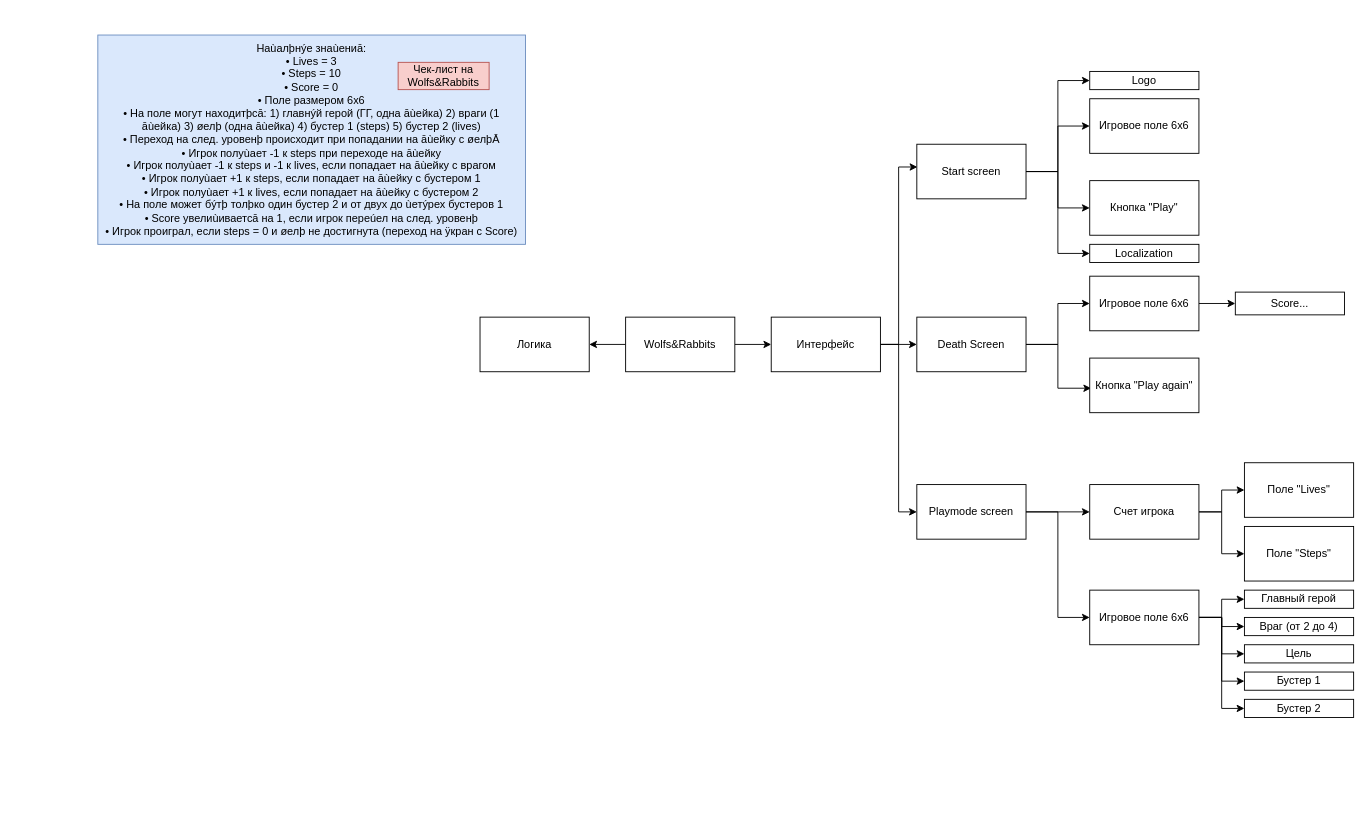
The draw.io diagram First_Otus_Diagram.drawio in NatPopstar/Otus, before the edit. Source tidied: cells renumbered, new cells numbered last; positions are measured from the earlier drawing's top-left corner, leaving out a move shared by most shapes. Both pictures are drawn from the tidied source at 91%, with x=0, y=0 at pixel (97, 35).
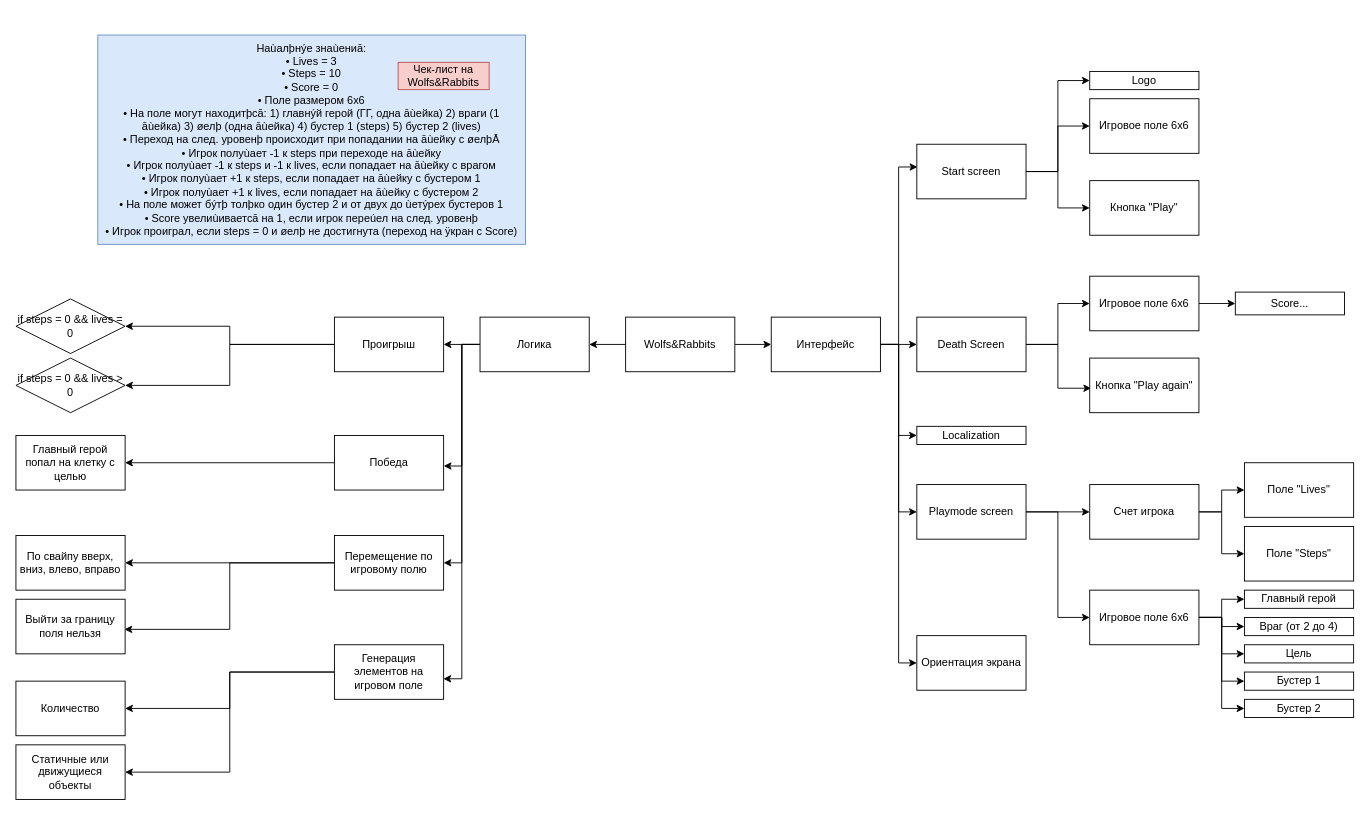
The same diagram, later.

Unchanged cells that the change refers to:
```xml
<mxCell id="7" value="Логика" style="rounded=0;whiteSpace=wrap;html=1;" parent="1" vertex="1">
  <mxGeometry x="420" y="310" width="120" height="60" as="geometry" />
</mxCell>
<mxCell id="11" value="Интерфейс" style="rounded=0;whiteSpace=wrap;html=1;" parent="1" vertex="1">
  <mxGeometry x="740" y="310" width="120" height="60" as="geometry" />
</mxCell>
<mxCell id="16" value="Start screen" style="rounded=0;whiteSpace=wrap;html=1;" parent="1" vertex="1">
  <mxGeometry x="900" y="120" width="120" height="60" as="geometry" />
</mxCell>
```

The edit, as a diff of the source:
```diff
@@
+    <mxCell id="47" style="edgeStyle=orthogonalEdgeStyle;rounded=0;jettySize=auto;html=1;exitX=0;exitY=0.5;exitDx=0;exitDy=0;entryX=1;entryY=0.5;entryDx=0;entryDy=0;" parent="1" edge="1" source="7" target="55">
+      <mxGeometry relative="1" as="geometry" />
+    </mxCell>
+    <mxCell id="48" style="edgeStyle=orthogonalEdgeStyle;rounded=0;jettySize=auto;html=1;exitX=0;exitY=0.5;exitDx=0;exitDy=0;entryX=1.001;entryY=0.56;entryDx=0;entryDy=0;entryPerimeter=0;" parent="1" edge="1" source="7" target="59">
+      <mxGeometry relative="1" as="geometry" />
+    </mxCell>
+    <mxCell id="49" style="edgeStyle=orthogonalEdgeStyle;rounded=0;jettySize=auto;html=1;exitX=0;exitY=0.5;exitDx=0;exitDy=0;entryX=1;entryY=0.5;entryDx=0;entryDy=0;" parent="1" edge="1" source="7" target="63">
+      <mxGeometry relative="1" as="geometry" />
+    </mxCell>
+    <mxCell id="50" style="edgeStyle=orthogonalEdgeStyle;rounded=0;jettySize=auto;html=1;exitX=0;exitY=0.5;exitDx=0;exitDy=0;entryX=0.998;entryY=0.624;entryDx=0;entryDy=0;entryPerimeter=0;" parent="1" edge="1" source="7" target="68">
+      <mxGeometry relative="1" as="geometry" />
+    </mxCell>
@@
+    <mxCell id="51" style="edgeStyle=orthogonalEdgeStyle;rounded=0;jettySize=auto;html=1;exitX=1;exitY=0.5;exitDx=0;exitDy=0;entryX=0;entryY=0.5;entryDx=0;entryDy=0;" parent="1" edge="1" source="11" target="37">
+      <mxGeometry relative="1" as="geometry" />
+    </mxCell>
+    <mxCell id="52" style="edgeStyle=orthogonalEdgeStyle;rounded=0;jettySize=auto;html=1;exitX=1;exitY=0.5;exitDx=0;exitDy=0;entryX=0;entryY=0.5;entryDx=0;entryDy=0;" parent="1" edge="1" source="11" target="69">
+      <mxGeometry relative="1" as="geometry" />
+    </mxCell>
@@
-    <mxCell id="15" style="edgeStyle=orthogonalEdgeStyle;rounded=0;jettySize=auto;html=1;exitX=1;exitY=0.5;exitDx=0;exitDy=0;entryX=0;entryY=0.5;entryDx=0;entryDy=0;" parent="1" edge="1" source="16" target="37">
-      <mxGeometry relative="1" as="geometry" />
-    </mxCell>
@@
-    <mxCell id="37" value="Localization" style="rounded=0;whiteSpace=wrap;html=1;" parent="1" vertex="1">
-      <mxGeometry x="1090" y="230" width="120" height="20" as="geometry" />
-    </mxCell>
@@
+    <mxCell id="53" style="edgeStyle=orthogonalEdgeStyle;rounded=0;jettySize=auto;html=1;exitX=0;exitY=0.5;exitDx=0;exitDy=0;" parent="1" edge="1" source="55" target="56">
+      <mxGeometry relative="1" as="geometry" />
+    </mxCell>
+    <mxCell id="54" style="edgeStyle=orthogonalEdgeStyle;rounded=0;jettySize=auto;html=1;exitX=0;exitY=0.5;exitDx=0;exitDy=0;entryX=1;entryY=0.5;entryDx=0;entryDy=0;" parent="1" edge="1" source="55" target="57">
+      <mxGeometry x="-0.35" y="20" relative="1" as="geometry" />
+    </mxCell>
+    <mxCell id="55" value="Проигрыш" style="rounded=0;whiteSpace=wrap;html=1;" parent="1" vertex="1">
+      <mxGeometry x="260" y="310" width="120" height="60" as="geometry" />
+    </mxCell>
+    <mxCell id="56" value="if steps = 0 &amp;amp;&amp;amp; lives = 0" style="rhombus;whiteSpace=wrap;html=1;" parent="1" vertex="1">
+      <mxGeometry x="-90" y="290" width="120" height="60" as="geometry" />
+    </mxCell>
+    <mxCell id="57" value="if steps = 0 &amp;amp;&amp;amp; lives &amp;gt; 0" style="rhombus;whiteSpace=wrap;html=1;" parent="1" vertex="1">
+      <mxGeometry x="-90" y="355" width="120" height="60" as="geometry" />
+    </mxCell>
+    <mxCell id="58" style="edgeStyle=orthogonalEdgeStyle;rounded=0;jettySize=auto;html=1;exitX=0;exitY=0.5;exitDx=0;exitDy=0;entryX=1;entryY=0.5;entryDx=0;entryDy=0;" parent="1" edge="1" source="59" target="60">
+      <mxGeometry relative="1" as="geometry" />
+    </mxCell>
+    <mxCell id="59" value="Победа" style="rounded=0;whiteSpace=wrap;html=1;" parent="1" vertex="1">
+      <mxGeometry x="260" y="440" width="120" height="60" as="geometry" />
+    </mxCell>
+    <mxCell id="60" value="Главный герой попал на клетку с целью" style="rounded=0;whiteSpace=wrap;html=1;" parent="1" vertex="1">
+      <mxGeometry x="-90" y="440" width="120" height="60" as="geometry" />
+    </mxCell>
+    <mxCell id="61" style="edgeStyle=orthogonalEdgeStyle;rounded=0;jettySize=auto;html=1;exitX=0;exitY=0.5;exitDx=0;exitDy=0;entryX=1;entryY=0.5;entryDx=0;entryDy=0;" parent="1" edge="1" source="63" target="64">
+      <mxGeometry relative="1" as="geometry" />
+    </mxCell>
+    <mxCell id="62" style="edgeStyle=orthogonalEdgeStyle;rounded=0;jettySize=auto;html=1;exitX=0;exitY=0.5;exitDx=0;exitDy=0;entryX=0.994;entryY=0.552;entryDx=0;entryDy=0;entryPerimeter=0;" parent="1" edge="1" source="63" target="65">
+      <mxGeometry relative="1" as="geometry" />
+    </mxCell>
+    <mxCell id="63" value="Перемещение по игровому полю" style="rounded=0;whiteSpace=wrap;html=1;" parent="1" vertex="1">
+      <mxGeometry x="260" y="550" width="120" height="60" as="geometry" />
+    </mxCell>
+    <mxCell id="64" value="По свайпу вверх, вниз, влево, вправо" style="rounded=0;whiteSpace=wrap;html=1;" parent="1" vertex="1">
+      <mxGeometry x="-90" y="550" width="120" height="60" as="geometry" />
+    </mxCell>
+    <mxCell id="65" value="Выйти за границу поля нельзя" style="rounded=0;whiteSpace=wrap;html=1;" parent="1" vertex="1">
+      <mxGeometry x="-90" y="620" width="120" height="60" as="geometry" />
+    </mxCell>
+    <mxCell id="66" style="edgeStyle=orthogonalEdgeStyle;rounded=0;jettySize=auto;html=1;exitX=0;exitY=0.5;exitDx=0;exitDy=0;" parent="1" edge="1" source="68" target="70">
+      <mxGeometry relative="1" as="geometry" />
+    </mxCell>
+    <mxCell id="67" style="edgeStyle=orthogonalEdgeStyle;rounded=0;jettySize=auto;html=1;exitX=0;exitY=0.5;exitDx=0;exitDy=0;entryX=1;entryY=0.5;entryDx=0;entryDy=0;" parent="1" edge="1" source="68" target="71">
+      <mxGeometry relative="1" as="geometry" />
+    </mxCell>
+    <mxCell id="68" value="Генерация элементов на игровом поле" style="rounded=0;whiteSpace=wrap;html=1;" parent="1" vertex="1">
+      <mxGeometry x="260" y="670" width="120" height="60" as="geometry" />
+    </mxCell>
+    <mxCell id="37" value="Localization" style="rounded=0;whiteSpace=wrap;html=1;" parent="1" vertex="1">
+      <mxGeometry x="900" y="430" width="120" height="20" as="geometry" />
+    </mxCell>
+    <mxCell id="69" value="Ориентация экрана" style="rounded=0;whiteSpace=wrap;html=1;" parent="1" vertex="1">
+      <mxGeometry x="900" y="660" width="120" height="60" as="geometry" />
+    </mxCell>
+    <mxCell id="70" value="Количество" style="rounded=0;whiteSpace=wrap;html=1;" parent="1" vertex="1">
+      <mxGeometry x="-90" y="710" width="120" height="60" as="geometry" />
+    </mxCell>
+    <mxCell id="71" value="Статичные или движущиеся объекты" style="rounded=0;whiteSpace=wrap;html=1;" parent="1" vertex="1">
+      <mxGeometry x="-90" y="780" width="120" height="60" as="geometry" />
+    </mxCell>
```
